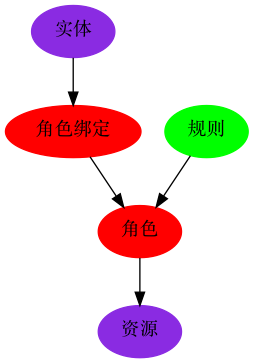
Above: doc/images/rbac.dot.png in openpitrix/iam (Graphviz), before the change. Its source is kept beside it as doc/images/rbac.dot.
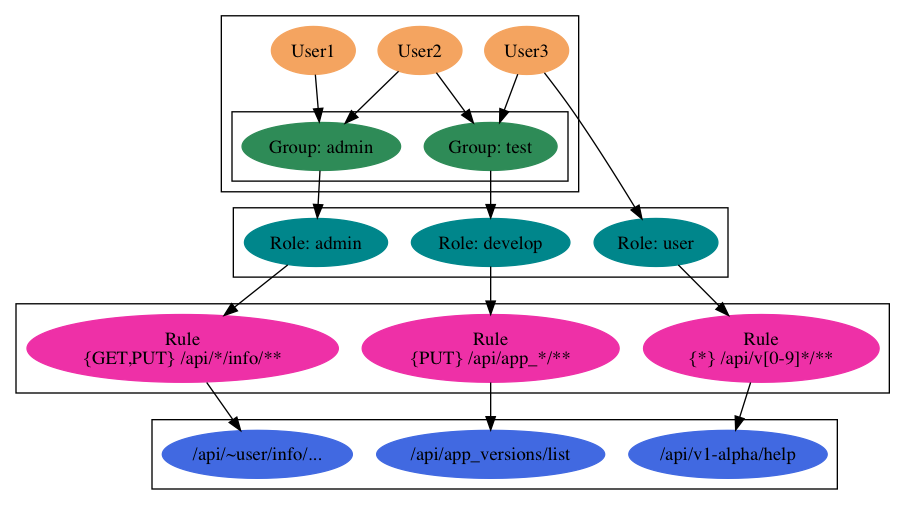
The same file after the commit.

What changed in the source:
```diff
@@ -1,13 +1,55 @@
 
 digraph G {
-	User[label="实体", color=blueviolet, style=filled];
-	Resource[label="资源", color=blueviolet, style=filled];
 
-	Role[label="角色", color=red, style=filled];
-	RoleBinding[label="角色绑定", color=red, style=filled];
+	subgraph cluster_xid {
+		label = "";
 
-	Rule[label="规则", color=green, style=filled];
+		User1[label="User1", color=sandybrown, style=filled];
+		User2[label="User2", color=sandybrown, style=filled];
+		User3[label="User3", color=sandybrown, style=filled];
 
-	Rule -> Role;
-	User -> RoleBinding -> Role -> Resource;
+		subgraph cluster_group {
+			label = "";
+
+			Group1[label="Group: admin", color=seagreen, style=filled];
+			Group2[label="Group: test", color=seagreen, style=filled];
+		}
+	}
+
+	subgraph cluster_role {
+		label = "";
+
+		Role1[label="Role: admin", color=turquoise4, style=filled];
+		Role2[label="Role: develop", color=turquoise4, style=filled];
+		Role3[label="Role: user", color=turquoise4, style=filled];
+	}
+
+	subgraph cluster_rule {
+		label = "";
+
+		Rule1[label="Rule\n{GET,PUT} /api/*/info/**", color=maroon2, style=filled];
+		Rule2[label="Rule\n{PUT} /api/app_*/**", color=maroon2, style=filled];
+		Rule3[label="Rule\n{*} /api/v[0-9]*/**", color=maroon2, style=filled];
+	}
+
+	subgraph cluster_resource {
+		label = "";
+
+		Resource1[label="/api/~user/info/...", color=royalblue, style=filled];
+		Resource2[label="/api/app_versions/list", color=royalblue, style=filled];
+		Resource3[label="/api/v1-alpha/help", color=royalblue, style=filled];
+	}
+
+	User1 -> Group1;
+	User2 -> Group1;
+	User2 -> Group2;
+	User3 -> Group2;
+
+	Group1 -> Role1;
+	Group2 -> Role2;
+	User3  -> Role3;
+
+	Role1 -> Rule1 -> Resource1;
+	Role2 -> Rule2 -> Resource2;
+	Role3 -> Rule3 -> Resource3;
 }
```
